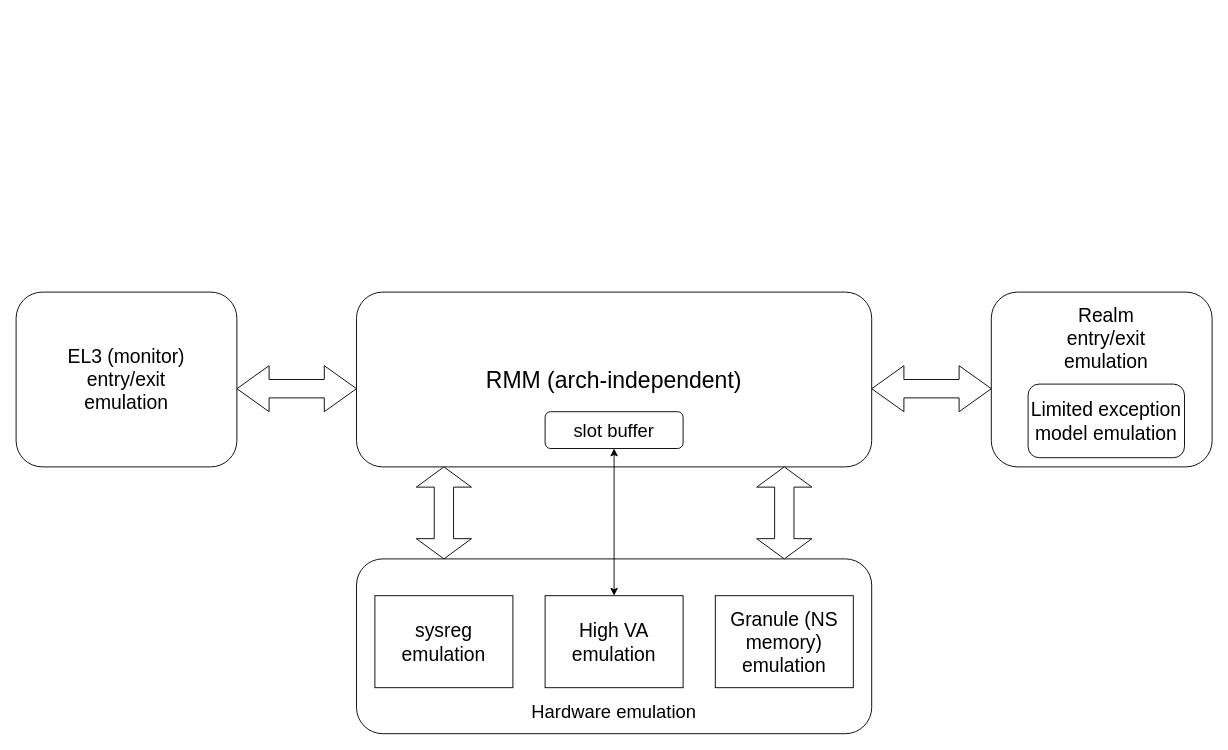
EdisonE3/draw-pictures keeps this draw.io diagram as cca-workflow/fake_host.drawio. Above is the earlier version. Source tidied: cells renumbered, new cells numbered last; positions are measured from the earlier drawing's top-left corner, leaving out a move shared by most shapes. Both pictures are drawn from the tidied source at 92%, with x=0, y=0 at pixel (16, 292).
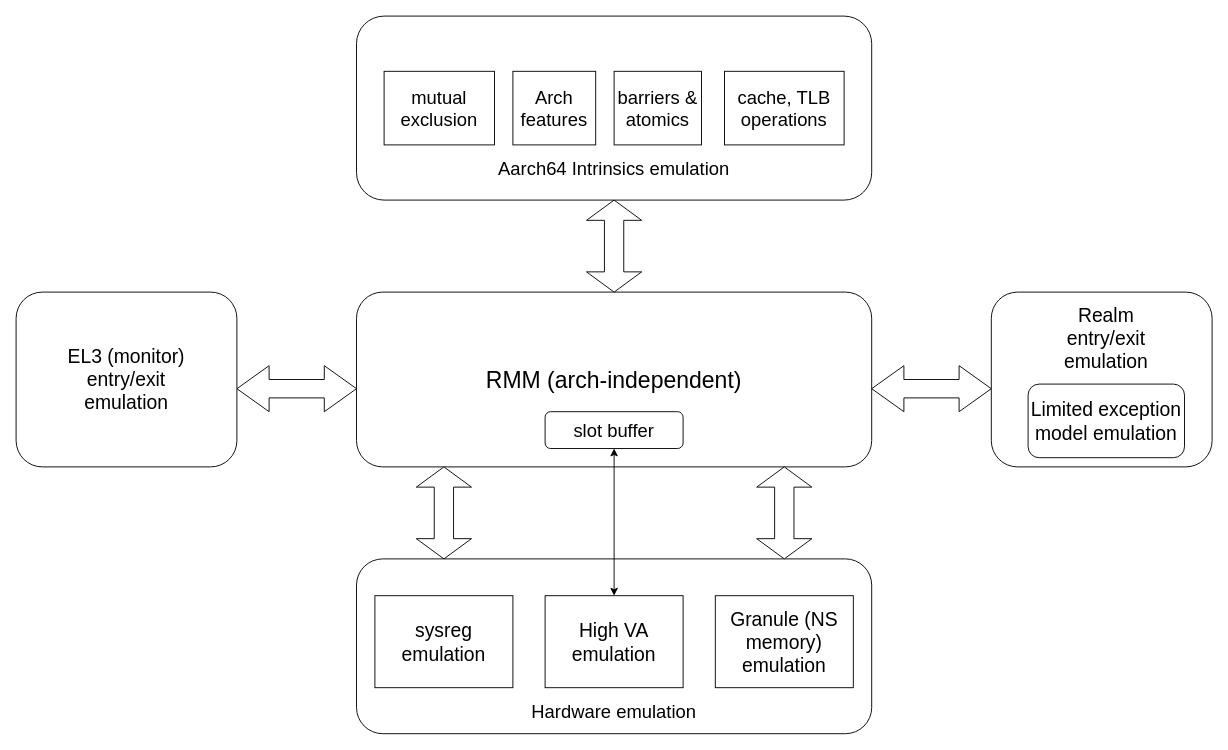
After the change.

Diff of the diagram source:
```diff
@@
+    <mxCell id="21" style="html=1;shadow=0;dashed=0;align=center;verticalAlign=middle;shape=mxgraph.arrows2.twoWayArrow;dy=0.65;dx=22;fontSize=25;rotation=90;" parent="1" vertex="1">
+      <mxGeometry x="600" y="-80" width="100" height="60" as="geometry" />
+    </mxCell>
+    <mxCell id="22" style="rounded=1;whiteSpace=wrap;html=1;fontSize=25;" parent="1" vertex="1">
+      <mxGeometry x="370" y="-300" width="560" height="200" as="geometry" />
+    </mxCell>
+    <mxCell id="23" value="Aarch64 Intrinsics emulation" style="text;html=1;strokeColor=none;fillColor=none;align=center;verticalAlign=middle;whiteSpace=wrap;rounded=0;fontSize=20;" parent="1" vertex="1">
+      <mxGeometry x="520" y="-150" width="260" height="30" as="geometry" />
+    </mxCell>
+    <mxCell id="24" value="&lt;font style=&quot;font-size: 20px;&quot;&gt;mutual exclusion&lt;/font&gt;" style="rounded=0;whiteSpace=wrap;html=1;fontSize=20;" parent="1" vertex="1">
+      <mxGeometry x="400" y="-240" width="120" height="80" as="geometry" />
+    </mxCell>
+    <mxCell id="25" value="&lt;font style=&quot;font-size: 20px;&quot;&gt;Arch features&lt;/font&gt;" style="rounded=0;whiteSpace=wrap;html=1;fontSize=20;" parent="1" vertex="1">
+      <mxGeometry x="540" y="-240" width="90" height="80" as="geometry" />
+    </mxCell>
+    <mxCell id="26" value="&lt;font style=&quot;font-size: 20px;&quot;&gt;barriers &amp;amp; atomics&lt;/font&gt;" style="rounded=0;whiteSpace=wrap;html=1;fontSize=20;" parent="1" vertex="1">
+      <mxGeometry x="650" y="-240" width="95" height="80" as="geometry" />
+    </mxCell>
+    <mxCell id="27" value="&lt;font style=&quot;font-size: 20px;&quot;&gt;cache, TLB operations&lt;/font&gt;" style="rounded=0;whiteSpace=wrap;html=1;fontSize=20;" parent="1" vertex="1">
+      <mxGeometry x="770" y="-240" width="130" height="80" as="geometry" />
+    </mxCell>
```
